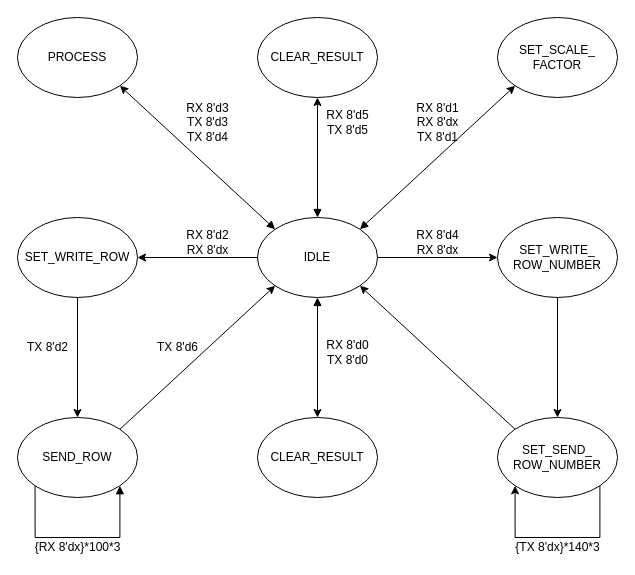
This is documentation/state.drawio from josephyim224/ELEC4320-Project, a draw.io file, before an edit. Source tidied: cells renumbered, new cells numbered last; positions are measured from the earlier drawing's top-left corner, leaving out a move shared by most shapes. Both pictures are drawn from the tidied source at 100%, with x=0, y=0 at pixel (17, 17).
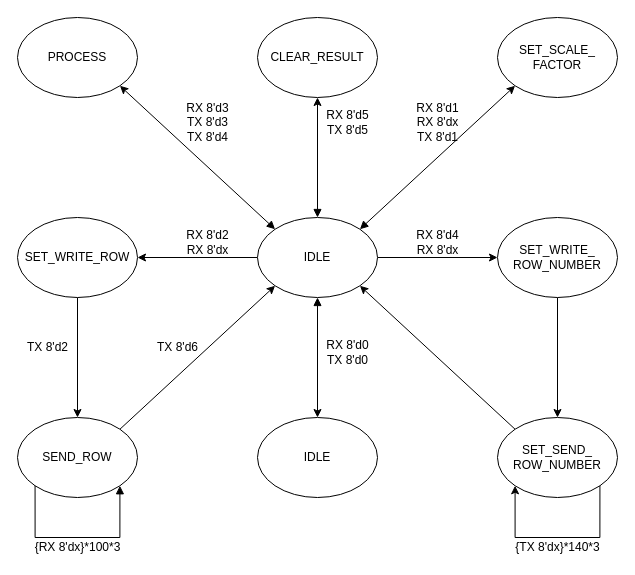
After the change.

Change to the diagram source:
```diff
@@
-    <mxCell id="22" value="CLEAR_RESULT" style="ellipse;whiteSpace=wrap;html=1;" parent="1" vertex="1">
+    <mxCell id="22" value="IDLE" style="ellipse;whiteSpace=wrap;html=1;" parent="1" vertex="1">
       <mxGeometry x="240" y="400" width="120" height="80" as="geometry" />
     </mxCell>
```
